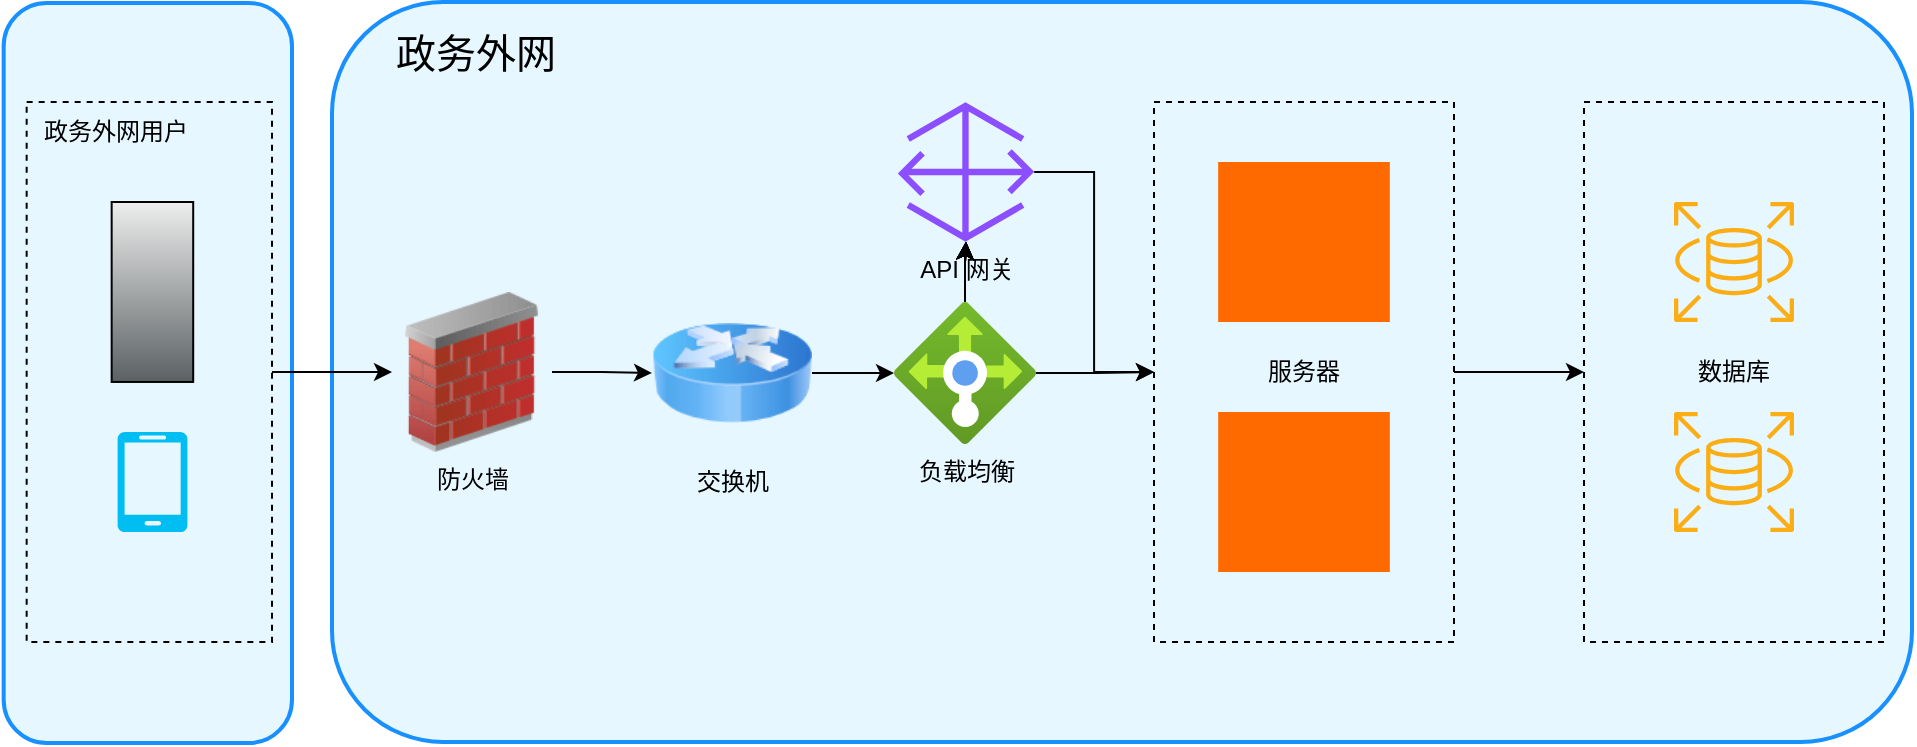
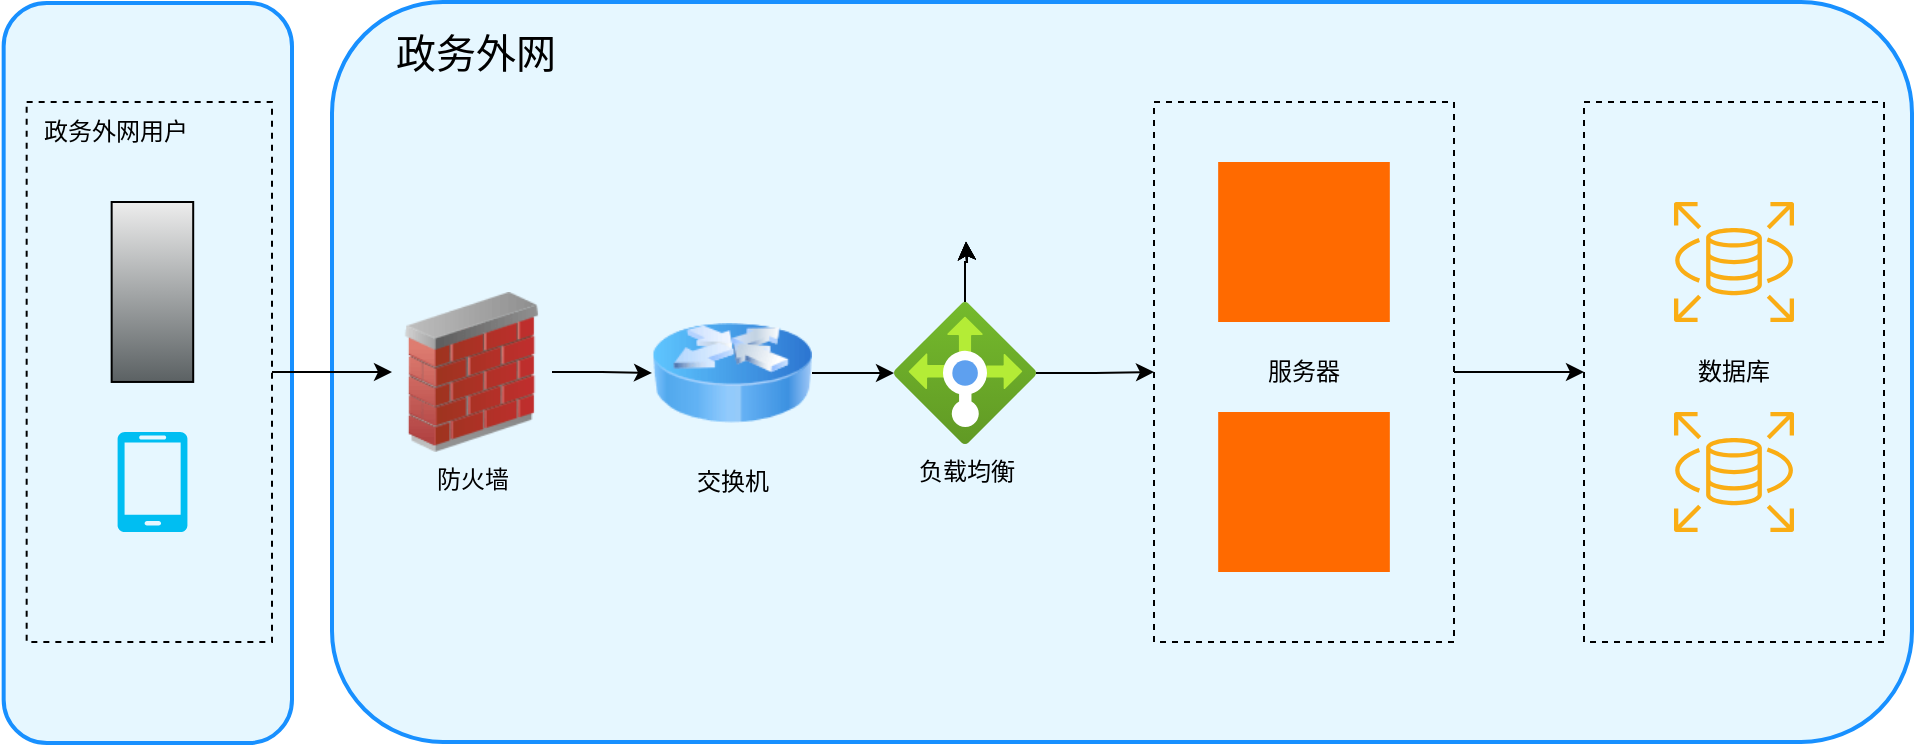
<mxfile host="app.diagrams.net">
  <diagram name="政务内网架构图" id="5ZzNL0nc71fbL6efcmwA">
    <mxGraphModel dx="129" dy="556" grid="1" gridSize="10" guides="1" tooltips="1" connect="1" arrows="1" fold="1" page="1" pageScale="1" pageWidth="827" pageHeight="1169" math="0" shadow="0">
      <root>
        <mxCell id="0" />
        <mxCell id="1" parent="0" />
        <mxCell id="umCU5VV7zzq28CVUsTIU-33" parent="1" style="rounded=1;whiteSpace=wrap;html=1;fillColor=light-dark(#E6F7FF,#FFFFFF);strokeColor=#1890ff;strokeWidth=2;" value="" vertex="1">
          <mxGeometry height="370" width="144.17" x="965.83" y="110.5" as="geometry" />
        </mxCell>
        <mxCell id="umCU5VV7zzq28CVUsTIU-4" parent="1" style="rounded=1;whiteSpace=wrap;html=1;fillColor=light-dark(#E6F7FF,#FFFFFF);strokeColor=#1890ff;strokeWidth=2;" value="" vertex="1">
          <mxGeometry height="370" width="790" x="1130" y="110" as="geometry" />
        </mxCell>
        <mxCell id="umCU5VV7zzq28CVUsTIU-5" edge="1" parent="1" source="umCU5VV7zzq28CVUsTIU-6" style="edgeStyle=orthogonalEdgeStyle;rounded=0;orthogonalLoop=1;jettySize=auto;html=1;strokeColor=light-dark(#000000,#000000);" target="umCU5VV7zzq28CVUsTIU-7">
          <mxGeometry relative="1" as="geometry" />
        </mxCell>
        <mxCell id="umCU5VV7zzq28CVUsTIU-6" parent="1" style="rounded=0;whiteSpace=wrap;html=1;fillColor=none;strokeColor=light-dark(#000000,#000000);dashed=1;" value="&lt;font style=&quot;color: light-dark(rgb(0, 0, 0), rgb(0, 0, 0));&quot;&gt;服务器&lt;/font&gt;" vertex="1">
          <mxGeometry height="270" width="150" x="1541" y="160" as="geometry" />
        </mxCell>
        <mxCell id="umCU5VV7zzq28CVUsTIU-7" parent="1" style="rounded=0;whiteSpace=wrap;html=1;fillColor=none;strokeColor=light-dark(#000000,#000000);dashed=1;" value="&lt;font style=&quot;color: light-dark(rgb(0, 0, 0), rgb(0, 0, 0));&quot;&gt;数据库&lt;/font&gt;" vertex="1">
          <mxGeometry height="270" width="150" x="1756" y="160" as="geometry" />
        </mxCell>
        <mxCell id="umCU5VV7zzq28CVUsTIU-8" parent="1" style="shape=mxgraph.aws4.rds;html=1;strokeColor=#000000;fillColor=#faad14;" value="" vertex="1">
          <mxGeometry height="60" width="60" x="1801" y="210" as="geometry" />
        </mxCell>
        <mxCell id="umCU5VV7zzq28CVUsTIU-9" parent="1" style="shape=mxgraph.aws4.rds;html=1;strokeColor=#000000;fillColor=#faad14;" value="" vertex="1">
          <mxGeometry height="60" width="60" x="1801" y="315" as="geometry" />
        </mxCell>
        <mxCell id="umCU5VV7zzq28CVUsTIU-10" edge="1" parent="1" source="umCU5VV7zzq28CVUsTIU-11" style="edgeStyle=orthogonalEdgeStyle;rounded=0;orthogonalLoop=1;jettySize=auto;html=1;entryX=0;entryY=0.5;entryDx=0;entryDy=0;strokeColor=light-dark(#000000,#000000);" target="umCU5VV7zzq28CVUsTIU-16">
          <mxGeometry relative="1" as="geometry" />
        </mxCell>
        <mxCell id="umCU5VV7zzq28CVUsTIU-11" parent="1" style="rounded=0;whiteSpace=wrap;html=1;fillColor=none;strokeColor=light-dark(#000000,#000000);dashed=1;" value="" vertex="1">
          <mxGeometry height="270" width="122.67" x="977.3299999999999" y="160" as="geometry" />
        </mxCell>
        <mxCell id="umCU5VV7zzq28CVUsTIU-12" parent="1" style="shape=mxgraph.networks2.icon;aspect=fixed;fillColor=#EDEDED;strokeColor=#000000;gradientColor=#5B6163;network2IconShadow=1;network2bgFillColor=none;labelPosition=center;verticalLabelPosition=bottom;align=center;verticalAlign=top;network2Icon=mxgraph.networks2.desktop_pc;network2IconXOffset=-0.0034;network2IconYOffset=0.00035;network2IconW=0.453;network2IconH=0.9995;" value="" vertex="1">
          <mxGeometry height="89.98" width="40.77" x="1019.8299999999999" y="210" as="geometry" />
        </mxCell>
        <mxCell id="umCU5VV7zzq28CVUsTIU-13" parent="1" style="text;html=1;whiteSpace=wrap;strokeColor=none;fillColor=none;align=left;verticalAlign=middle;rounded=0;fontSize=20;fontColor=light-dark(#000000,#000000);" value="政务外网" vertex="1">
          <mxGeometry height="50" width="170" x="1160" y="110" as="geometry" />
        </mxCell>
        <mxCell id="umCU5VV7zzq28CVUsTIU-14" parent="1" style="text;html=1;whiteSpace=wrap;strokeColor=none;fillColor=none;align=center;verticalAlign=middle;rounded=0;fontColor=light-dark(#000000,#000000);" value="政务外网用户" vertex="1">
          <mxGeometry height="30" width="90" x="977.33" y="160" as="geometry" />
        </mxCell>
        <mxCell id="umCU5VV7zzq28CVUsTIU-15" edge="1" parent="1" source="umCU5VV7zzq28CVUsTIU-16" style="edgeStyle=orthogonalEdgeStyle;rounded=0;orthogonalLoop=1;jettySize=auto;html=1;entryX=0;entryY=0.5;entryDx=0;entryDy=0;strokeColor=light-dark(#000000,#000000);" target="umCU5VV7zzq28CVUsTIU-31">
          <mxGeometry relative="1" as="geometry" />
        </mxCell>
        <mxCell id="umCU5VV7zzq28CVUsTIU-16" parent="1" style="image;html=1;image=img/lib/clip_art/networking/Firewall_02_128x128.png;labelBackgroundColor=none;" value="&lt;span style=&quot;&quot;&gt;&lt;font style=&quot;color: light-dark(rgb(0, 0, 0), rgb(0, 0, 0));&quot;&gt;防火墙&lt;/font&gt;&lt;/span&gt;" vertex="1">
          <mxGeometry height="80" width="80" x="1160" y="255" as="geometry" />
        </mxCell>
        <mxCell id="umCU5VV7zzq28CVUsTIU-17" edge="1" parent="1" source="umCU5VV7zzq28CVUsTIU-24" style="edgeStyle=orthogonalEdgeStyle;rounded=0;orthogonalLoop=1;jettySize=auto;html=1;entryX=0;entryY=0.5;entryDx=0;entryDy=0;strokeColor=light-dark(#000000,#000000);" target="umCU5VV7zzq28CVUsTIU-6">
          <mxGeometry relative="1" as="geometry" />
        </mxCell>
-         <mxCell id="umCU5VV7zzq28CVUsTIU-18" edge="1" parent="1" source="umCU5VV7zzq28CVUsTIU-24" style="edgeStyle=orthogonalEdgeStyle;rounded=0;orthogonalLoop=1;jettySize=auto;html=1;" target="umCU5VV7zzq28CVUsTIU-29">
-           <mxGeometry relative="1" as="geometry" />
+         <mxCell id="umCU5VV7zzq28CVUsTIU-18" edge="1" parent="1" source="umCU5VV7zzq28CVUsTIU-24" style="edgeStyle=orthogonalEdgeStyle;rounded=0;orthogonalLoop=1;jettySize=auto;html=1;">
+           <mxGeometry relative="1" as="geometry">
+             <mxPoint x="1447" y="229.8895653593247" as="targetPoint" />
+           </mxGeometry>
        </mxCell>
-         <mxCell id="umCU5VV7zzq28CVUsTIU-19" edge="1" parent="1" source="umCU5VV7zzq28CVUsTIU-24" style="edgeStyle=orthogonalEdgeStyle;rounded=0;orthogonalLoop=1;jettySize=auto;html=1;" target="umCU5VV7zzq28CVUsTIU-29">
-           <mxGeometry relative="1" as="geometry" />
+         <mxCell id="umCU5VV7zzq28CVUsTIU-19" edge="1" parent="1" source="umCU5VV7zzq28CVUsTIU-24" style="edgeStyle=orthogonalEdgeStyle;rounded=0;orthogonalLoop=1;jettySize=auto;html=1;">
+           <mxGeometry relative="1" as="geometry">
+             <mxPoint x="1447" y="229.8895653593247" as="targetPoint" />
+           </mxGeometry>
        </mxCell>
-         <mxCell id="umCU5VV7zzq28CVUsTIU-20" edge="1" parent="1" source="umCU5VV7zzq28CVUsTIU-24" style="edgeStyle=orthogonalEdgeStyle;rounded=0;orthogonalLoop=1;jettySize=auto;html=1;" target="umCU5VV7zzq28CVUsTIU-29">
-           <mxGeometry relative="1" as="geometry" />
+         <mxCell id="umCU5VV7zzq28CVUsTIU-20" edge="1" parent="1" source="umCU5VV7zzq28CVUsTIU-24" style="edgeStyle=orthogonalEdgeStyle;rounded=0;orthogonalLoop=1;jettySize=auto;html=1;">
+           <mxGeometry relative="1" as="geometry">
+             <mxPoint x="1447" y="229.8895653593247" as="targetPoint" />
+           </mxGeometry>
        </mxCell>
-         <mxCell id="umCU5VV7zzq28CVUsTIU-21" edge="1" parent="1" source="umCU5VV7zzq28CVUsTIU-24" style="edgeStyle=orthogonalEdgeStyle;rounded=0;orthogonalLoop=1;jettySize=auto;html=1;" target="umCU5VV7zzq28CVUsTIU-29">
-           <mxGeometry relative="1" as="geometry" />
+         <mxCell id="umCU5VV7zzq28CVUsTIU-21" edge="1" parent="1" source="umCU5VV7zzq28CVUsTIU-24" style="edgeStyle=orthogonalEdgeStyle;rounded=0;orthogonalLoop=1;jettySize=auto;html=1;">
+           <mxGeometry relative="1" as="geometry">
+             <mxPoint x="1447" y="229.8895653593247" as="targetPoint" />
+           </mxGeometry>
        </mxCell>
-         <mxCell id="umCU5VV7zzq28CVUsTIU-22" edge="1" parent="1" source="umCU5VV7zzq28CVUsTIU-24" style="edgeStyle=orthogonalEdgeStyle;rounded=0;orthogonalLoop=1;jettySize=auto;html=1;" target="umCU5VV7zzq28CVUsTIU-29">
-           <mxGeometry relative="1" as="geometry" />
-         </mxCell>
-         <mxCell id="umCU5VV7zzq28CVUsTIU-23" edge="1" parent="1" source="umCU5VV7zzq28CVUsTIU-24" style="edgeStyle=orthogonalEdgeStyle;rounded=0;orthogonalLoop=1;jettySize=auto;html=1;strokeColor=light-dark(#000000,#000000);" target="umCU5VV7zzq28CVUsTIU-29">
-           <mxGeometry relative="1" as="geometry" />
+         <mxCell id="umCU5VV7zzq28CVUsTIU-22" edge="1" parent="1" source="umCU5VV7zzq28CVUsTIU-24" style="edgeStyle=orthogonalEdgeStyle;rounded=0;orthogonalLoop=1;jettySize=auto;html=1;">
+           <mxGeometry relative="1" as="geometry">
+             <mxPoint x="1447" y="229.8895653593247" as="targetPoint" />
+           </mxGeometry>
        </mxCell>
        <mxCell id="umCU5VV7zzq28CVUsTIU-24" parent="1" style="image;aspect=fixed;html=1;points=[];align=center;fontSize=12;image=img/lib/azure2/networking/Load_Balancers.svg;fontColor=light-dark(#000000,#000000);labelBackgroundColor=none;" value="&lt;span style=&quot;&quot;&gt;负载&lt;/span&gt;&lt;span&gt;均衡&lt;/span&gt;" vertex="1">
          <mxGeometry height="71" width="71" x="1411" y="260" as="geometry" />
        </mxCell>
        <mxCell id="umCU5VV7zzq28CVUsTIU-25" parent="1" style="points=[];aspect=fixed;html=1;align=center;shadow=0;dashed=0;fillColor=#FF6A00;strokeColor=none;shape=mxgraph.alibaba_cloud.ecs_elastic_compute_service;" value="" vertex="1">
          <mxGeometry height="80" width="85.83" x="1573.08" y="190" as="geometry" />
        </mxCell>
        <mxCell id="umCU5VV7zzq28CVUsTIU-26" parent="1" style="points=[];aspect=fixed;html=1;align=center;shadow=0;dashed=0;fillColor=#FF6A00;strokeColor=none;shape=mxgraph.alibaba_cloud.ecs_elastic_compute_service;" value="" vertex="1">
          <mxGeometry height="80" width="85.83" x="1573.0900000000001" y="315" as="geometry" />
        </mxCell>
        <mxCell id="umCU5VV7zzq28CVUsTIU-27" parent="1" style="verticalLabelPosition=bottom;html=1;verticalAlign=top;align=center;strokeColor=none;fillColor=#00BEF2;shape=mxgraph.azure.mobile;pointerEvents=1;" value="" vertex="1">
          <mxGeometry height="50" width="35" x="1022.71" y="325" as="geometry" />
        </mxCell>
-         <mxCell id="umCU5VV7zzq28CVUsTIU-28" edge="1" parent="1" source="umCU5VV7zzq28CVUsTIU-29" style="edgeStyle=orthogonalEdgeStyle;rounded=0;orthogonalLoop=1;jettySize=auto;html=1;entryX=0;entryY=0.5;entryDx=0;entryDy=0;strokeColor=light-dark(#000000,#000000);" target="umCU5VV7zzq28CVUsTIU-6">
-           <mxGeometry relative="1" as="geometry" />
-         </mxCell>
-         <mxCell id="umCU5VV7zzq28CVUsTIU-29" parent="1" style="sketch=0;outlineConnect=0;fontColor=#232F3E;gradientColor=none;fillColor=#8C4FFF;strokeColor=none;dashed=0;verticalLabelPosition=bottom;verticalAlign=top;align=center;html=1;fontSize=12;fontStyle=0;aspect=fixed;pointerEvents=1;shape=mxgraph.aws4.gateway;" value="&lt;font style=&quot;color: light-dark(rgb(0, 0, 0), rgb(0, 0, 0));&quot;&gt;API 网关&lt;/font&gt;" vertex="1">
-           <mxGeometry height="70" width="68.2" x="1412.8999999999999" y="160" as="geometry" />
-         </mxCell>
        <mxCell id="umCU5VV7zzq28CVUsTIU-30" edge="1" parent="1" source="umCU5VV7zzq28CVUsTIU-31" style="edgeStyle=orthogonalEdgeStyle;rounded=0;orthogonalLoop=1;jettySize=auto;html=1;strokeColor=light-dark(#000000,#000000);" target="umCU5VV7zzq28CVUsTIU-24">
          <mxGeometry relative="1" as="geometry" />
        </mxCell>
        <mxCell id="umCU5VV7zzq28CVUsTIU-31" parent="1" style="image;html=1;image=img/lib/clip_art/networking/Router_Icon_128x128.png;labelBackgroundColor=none;fontColor=light-dark(#000000,#000000);" value="交换机" vertex="1">
          <mxGeometry height="80" width="80" x="1290" y="255.5" as="geometry" />
        </mxCell>
      </root>
    </mxGraphModel>
  </diagram>
</mxfile>
